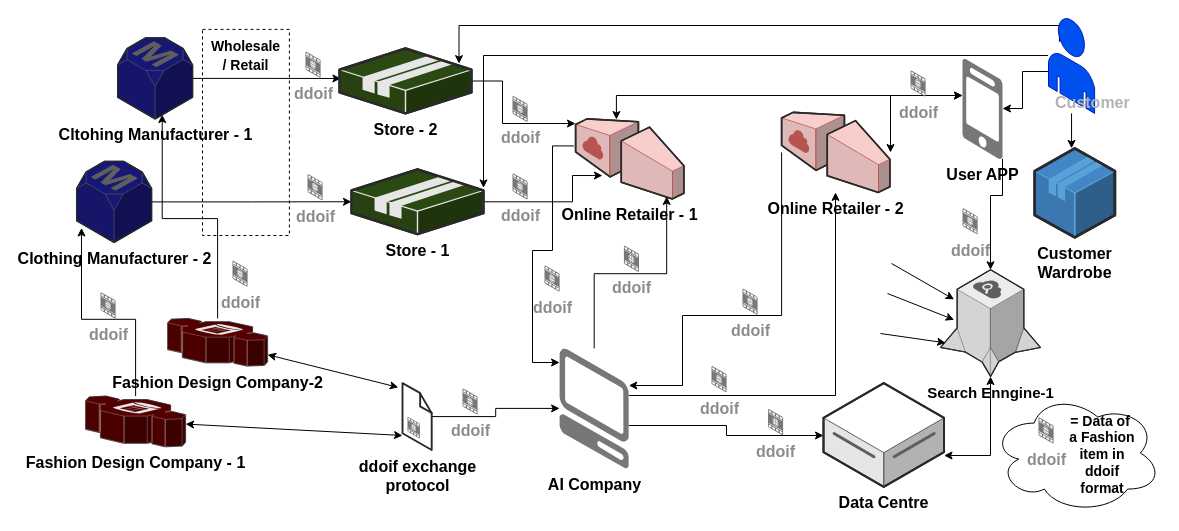
This is ddoif_workflow.drawio from morawi/ddoif, a draw.io file, before an edit. Source tidied: cells renumbered, new cells numbered last; positions are measured from the earlier drawing's top-left corner, leaving out a move shared by most shapes. Both pictures are drawn from the tidied source at 100%, with x=0, y=0 at pixel (76, 18).
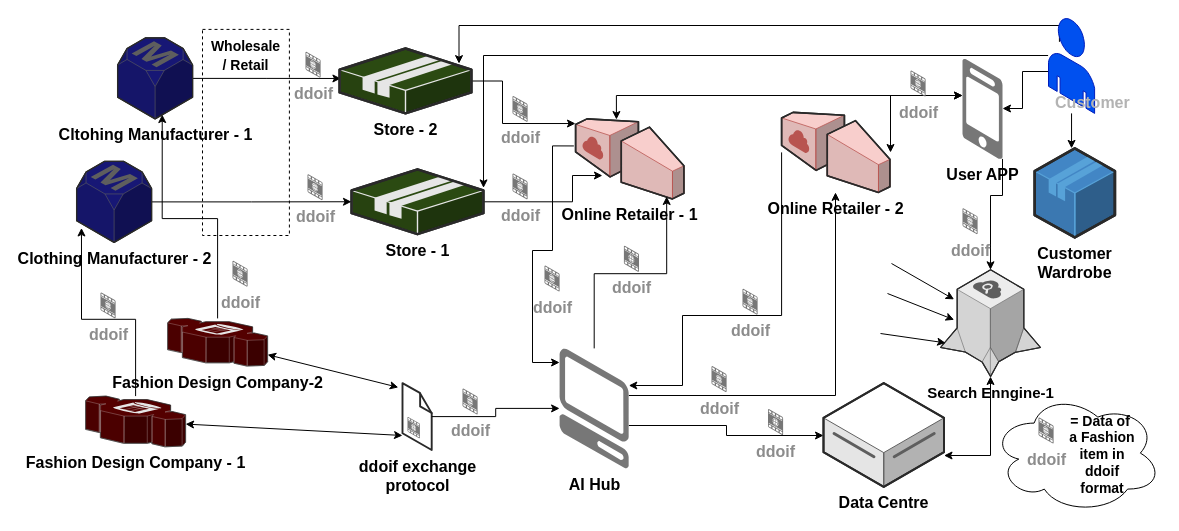
The same page after the edit.

What changed in the source:
```diff
@@
-    <mxCell id="20" value="&lt;span style=&quot;font-size: 16px;&quot;&gt;&lt;b style=&quot;font-size: 16px;&quot;&gt;AI Company&lt;/b&gt;&lt;/span&gt;" style="verticalLabelPosition=bottom;html=1;verticalAlign=top;strokeWidth=1;align=center;outlineConnect=0;dashed=0;outlineConnect=0;shape=mxgraph.aws3d.client;strokeColor=none;fillColor=#777777;shadow=0;fontSize=16;fontFamily=Helvetica;" parent="1" vertex="1">
+    <mxCell id="20" value="&lt;span style=&quot;font-size: 16px&quot;&gt;&lt;b style=&quot;font-size: 16px&quot;&gt;AI Hub&lt;/b&gt;&lt;/span&gt;" style="verticalLabelPosition=bottom;html=1;verticalAlign=top;strokeWidth=1;align=center;outlineConnect=0;dashed=0;outlineConnect=0;shape=mxgraph.aws3d.client;strokeColor=none;fillColor=#777777;shadow=0;fontSize=16;fontFamily=Helvetica;" parent="1" vertex="1">
       <mxGeometry x="483.1" y="329.9" width="69.2" height="120" as="geometry" />
     </mxCell>
```
